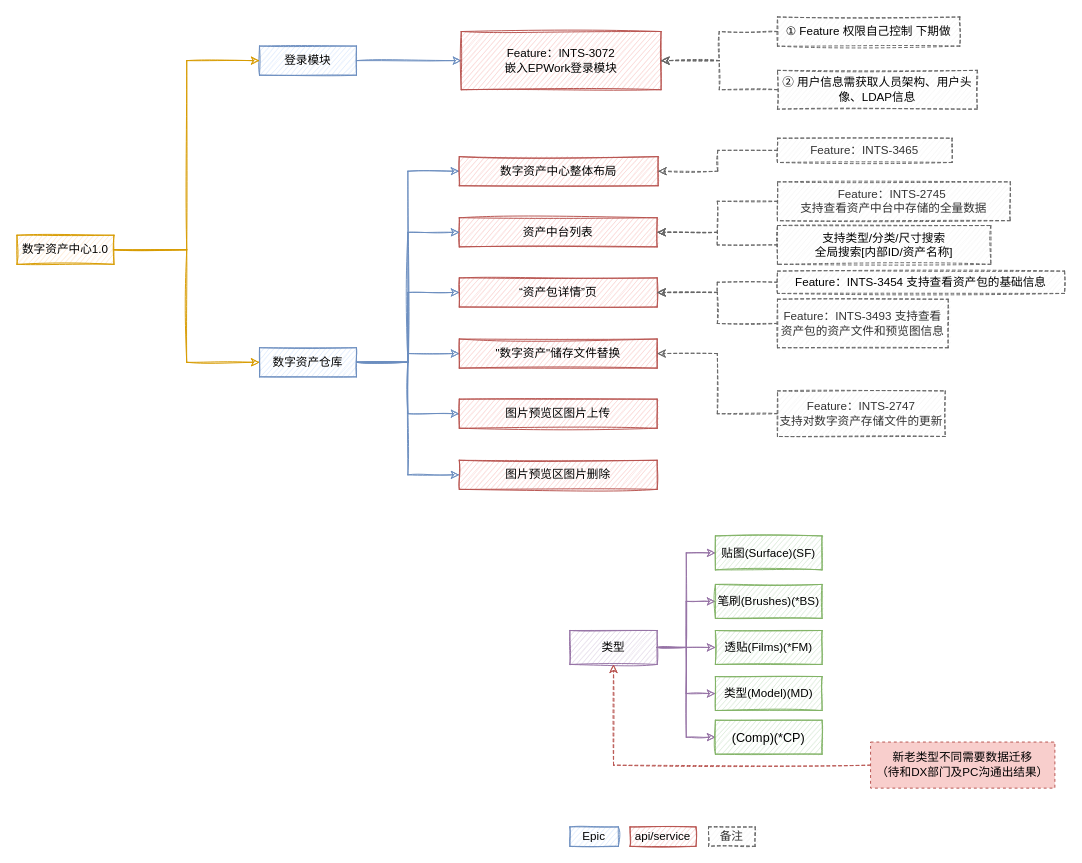
Earlier version of the draw.io diagram page "1.0" (2 of 3) of 数字资产中心1.0.drawio (booldesign/draw). Source tidied: cells renumbered, new cells numbered last; positions are measured from the earlier drawing's top-left corner, leaving out a move shared by most shapes. Both pictures are drawn from the tidied source at 97%, with x=0, y=0 at pixel (16, 16).
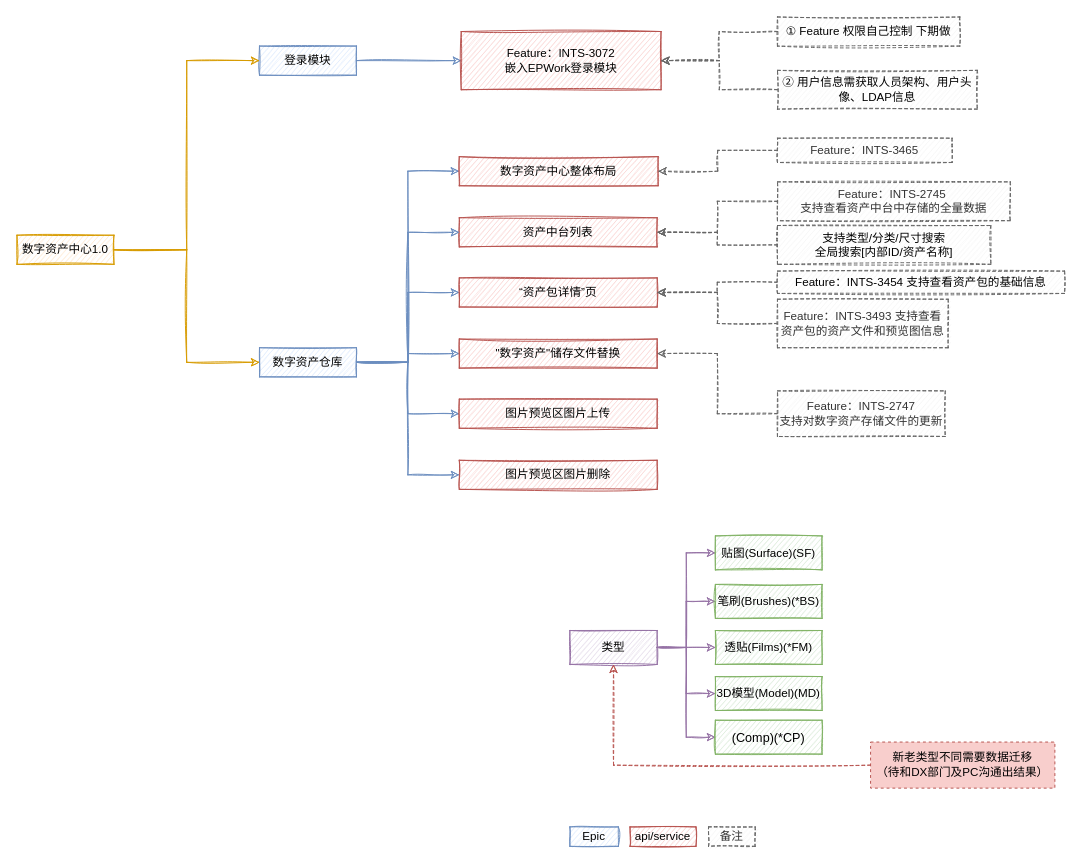
Above is the later version.

Diff of the diagram source:
```diff
@@
-    <mxCell id="26" value="类型(Model)(MD)" style="rounded=0;whiteSpace=wrap;html=1;sketch=1;fillColor=#d5e8d4;strokeColor=#82b366;" parent="1" vertex="1">
+    <mxCell id="26" value="3D模型(Model)(MD)" style="rounded=0;whiteSpace=wrap;html=1;sketch=1;fillColor=#d5e8d4;strokeColor=#82b366;" parent="1" vertex="1">
       <mxGeometry x="720" y="680" width="110" height="35" as="geometry" />
     </mxCell>
```
